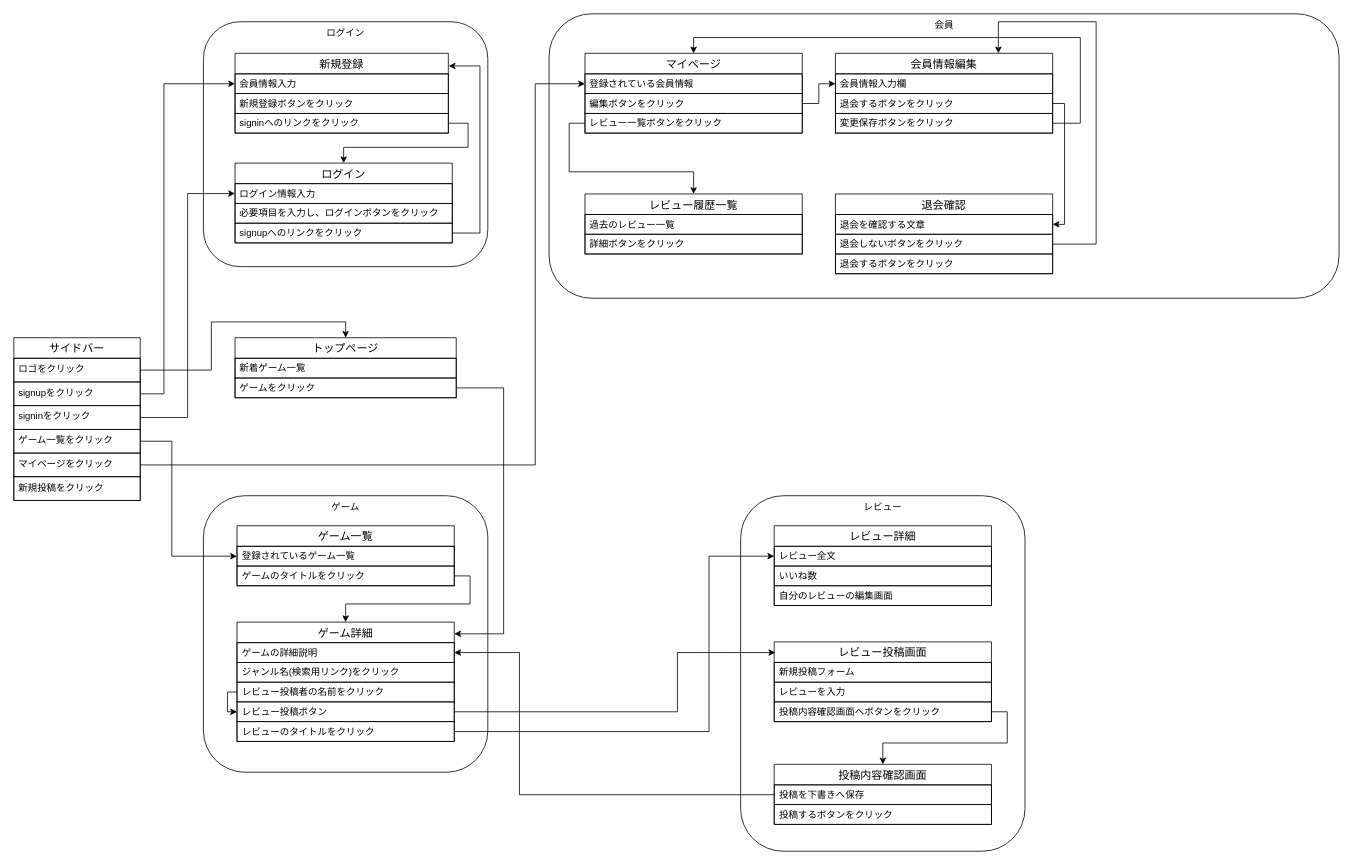
This is GRG.drawio from kuropAqn/grg, a draw.io file, before an edit. Source tidied: cells renumbered, new cells numbered last; positions are measured from the earlier drawing's top-left corner, leaving out a move shared by most shapes. Both pictures are drawn from the tidied source at 79%, with x=0, y=0 at pixel (13, 13).
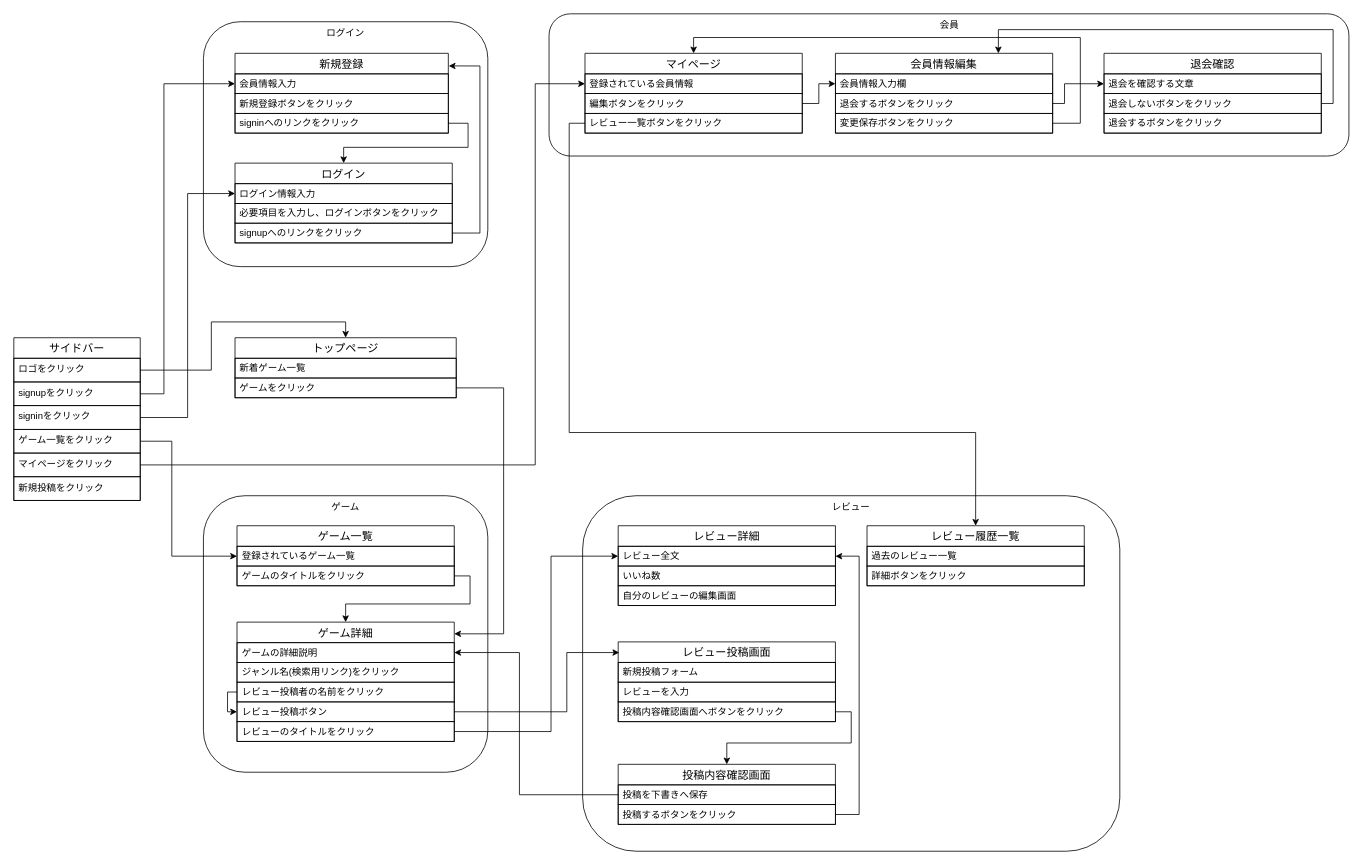
Above is the later version.

Commit message:
GRG.drawio を更新します

The change refers to these unchanged cells:
```xml
<mxCell id="36" value="レビュー投稿ボタン" style="text;strokeColor=default;fillColor=none;spacingLeft=4;spacingRight=4;overflow=hidden;points=[[0,0.5],[1,0.5]];portConstraint=eastwest;fontSize=12;whiteSpace=wrap;html=1;verticalAlign=middle;align=left;" parent="31" vertex="1">
  <mxGeometry y="101" width="275" height="25" as="geometry" />
</mxCell>
<mxCell id="37" value="レビューのタイトルをクリック" style="text;strokeColor=default;fillColor=none;spacingLeft=4;spacingRight=4;overflow=hidden;points=[[0,0.5],[1,0.5]];portConstraint=eastwest;fontSize=12;whiteSpace=wrap;html=1;verticalAlign=middle;align=left;" parent="31" vertex="1">
  <mxGeometry y="126" width="275" height="25" as="geometry" />
</mxCell>
<mxCell id="41" value="投稿するボタンをクリック" style="text;strokeColor=default;fillColor=none;spacingLeft=4;spacingRight=4;overflow=hidden;points=[[0,0.5],[1,0.5]];portConstraint=eastwest;fontSize=12;whiteSpace=wrap;html=1;verticalAlign=middle;align=left;" parent="39" vertex="1">
  <mxGeometry y="51" width="275" height="25" as="geometry" />
</mxCell>
<mxCell id="46" value="レビュー全文" style="text;strokeColor=default;fillColor=none;spacingLeft=4;spacingRight=4;overflow=hidden;points=[[0,0.5],[1,0.5]];portConstraint=eastwest;fontSize=12;whiteSpace=wrap;html=1;verticalAlign=middle;align=left;" parent="45" vertex="1">
  <mxGeometry y="26" width="275" height="25" as="geometry" />
</mxCell>
<mxCell id="51" value="マイページ" style="swimlane;fontStyle=0;horizontal=1;startSize=26;align=center;fontSize=14;" parent="1" vertex="1">
  <mxGeometry x="723" y="50" width="275" height="101" as="geometry" />
</mxCell>
<mxCell id="54" value="レビュー一覧ボタンをクリック" style="text;strokeColor=default;fillColor=none;spacingLeft=4;spacingRight=4;overflow=hidden;points=[[0,0.5],[1,0.5]];portConstraint=eastwest;fontSize=12;whiteSpace=wrap;html=1;verticalAlign=middle;align=left;" parent="51" vertex="1">
  <mxGeometry y="76" width="275" height="25" as="geometry" />
</mxCell>
<mxCell id="55" value="会員情報編集" style="swimlane;fontStyle=0;horizontal=1;startSize=26;align=center;fontSize=14;" parent="1" vertex="1">
  <mxGeometry x="1040" y="50" width="275" height="101" as="geometry" />
</mxCell>
<mxCell id="57" value="退会するボタンをクリック" style="text;strokeColor=default;fillColor=none;spacingLeft=4;spacingRight=4;overflow=hidden;points=[[0,0.5],[1,0.5]];portConstraint=eastwest;fontSize=12;whiteSpace=wrap;html=1;verticalAlign=middle;align=left;" parent="55" vertex="1">
  <mxGeometry y="51" width="275" height="25" as="geometry" />
</mxCell>
<mxCell id="58" value="変更保存ボタンをクリック" style="text;strokeColor=default;fillColor=none;spacingLeft=4;spacingRight=4;overflow=hidden;points=[[0,0.5],[1,0.5]];portConstraint=eastwest;fontSize=12;whiteSpace=wrap;html=1;verticalAlign=middle;align=left;" parent="55" vertex="1">
  <mxGeometry y="76" width="275" height="25" as="geometry" />
</mxCell>
<mxCell id="72" value="退会を確認する文章" style="text;strokeColor=default;fillColor=none;spacingLeft=4;spacingRight=4;overflow=hidden;points=[[0,0.5],[1,0.5]];portConstraint=eastwest;fontSize=12;whiteSpace=wrap;html=1;verticalAlign=middle;align=left;" parent="71" vertex="1">
  <mxGeometry y="26" width="275" height="25" as="geometry" />
</mxCell>
<mxCell id="73" value="退会しないボタンをクリック" style="text;strokeColor=default;fillColor=none;spacingLeft=4;spacingRight=4;overflow=hidden;points=[[0,0.5],[1,0.5]];portConstraint=eastwest;fontSize=12;whiteSpace=wrap;html=1;verticalAlign=middle;align=left;" parent="71" vertex="1">
  <mxGeometry y="51" width="275" height="25" as="geometry" />
</mxCell>
```

Change to the diagram source:
```diff
@@
     <mxCell id="22" value="レビュー" style="rounded=1;whiteSpace=wrap;html=1;verticalAlign=top;" parent="1" vertex="1">
-      <mxGeometry x="920" y="610" width="360" height="450" as="geometry" />
+      <mxGeometry x="720" y="610" width="680" height="450" as="geometry" />
     </mxCell>
     <mxCell id="23" value="レビュー投稿画面" style="swimlane;fontStyle=0;horizontal=1;startSize=26;align=center;fontSize=14;" parent="1" vertex="1">
-      <mxGeometry x="962.5" y="795" width="275" height="101" as="geometry" />
+      <mxGeometry x="765" y="795" width="275" height="101" as="geometry" />
     </mxCell>
@@
     <mxCell id="39" value="投稿内容確認画面" style="swimlane;fontStyle=0;horizontal=1;startSize=26;align=center;fontSize=14;" parent="1" vertex="1">
-      <mxGeometry x="962.5" y="950" width="275" height="76" as="geometry" />
+      <mxGeometry x="765" y="950" width="275" height="76" as="geometry" />
     </mxCell>
@@
     <mxCell id="45" value="レビュー詳細" style="swimlane;fontStyle=0;horizontal=1;startSize=26;align=center;fontSize=14;" parent="1" vertex="1">
-      <mxGeometry x="962.5" y="648" width="275" height="101" as="geometry" />
+      <mxGeometry x="765" y="648" width="275" height="101" as="geometry" />
     </mxCell>
@@
     <mxCell id="50" value="会員" style="rounded=1;whiteSpace=wrap;html=1;verticalAlign=top;" parent="1" vertex="1">
-      <mxGeometry x="677.5" width="1000" height="360" as="geometry" />
+      <mxGeometry x="677.5" width="1012.5" height="180" as="geometry" />
     </mxCell>
@@
     <mxCell id="59" value="レビュー履歴一覧" style="swimlane;fontStyle=0;horizontal=1;startSize=26;align=center;fontSize=14;" parent="1" vertex="1">
-      <mxGeometry x="723" y="228" width="275" height="76" as="geometry" />
+      <mxGeometry x="1080" y="648" width="275" height="76" as="geometry" />
     </mxCell>
@@
     <mxCell id="67" style="edgeStyle=orthogonalEdgeStyle;rounded=0;jettySize=auto;html=1;exitX=1;exitY=0.5;exitDx=0;exitDy=0;entryX=0.005;entryY=0.134;entryDx=0;entryDy=0;entryPerimeter=0;" parent="1" edge="1" source="36" target="23">
       <mxGeometry relative="1" as="geometry">
         <Array as="points">
-          <mxPoint x="840" y="884" />
-          <mxPoint x="840" y="809" />
+          <mxPoint x="700" y="884" />
+          <mxPoint x="700" y="809" />
         </Array>
       </mxGeometry>
     </mxCell>
     <mxCell id="68" style="edgeStyle=orthogonalEdgeStyle;rounded=0;jettySize=auto;html=1;exitX=1;exitY=0.5;exitDx=0;exitDy=0;entryX=0;entryY=0.5;entryDx=0;entryDy=0;" parent="1" edge="1" source="37" target="46">
       <mxGeometry relative="1" as="geometry">
         <Array as="points">
-          <mxPoint x="880" y="909" />
-          <mxPoint x="880" y="687" />
+          <mxPoint x="680" y="909" />
+          <mxPoint x="680" y="687" />
         </Array>
       </mxGeometry>
     </mxCell>
@@
     <mxCell id="71" value="退会確認" style="swimlane;fontStyle=0;horizontal=1;startSize=26;align=center;fontSize=14;" parent="1" vertex="1">
-      <mxGeometry x="1040" y="228" width="275" height="101" as="geometry" />
+      <mxGeometry x="1380" y="50" width="275" height="101" as="geometry" />
     </mxCell>
@@
     <mxCell id="75" style="edgeStyle=orthogonalEdgeStyle;rounded=0;jettySize=auto;html=1;exitX=0;exitY=0.5;exitDx=0;exitDy=0;entryX=0.5;entryY=0;entryDx=0;entryDy=0;" parent="1" edge="1" source="54" target="59">
       <mxGeometry relative="1" as="geometry">
         <Array as="points">
           <mxPoint x="703" y="139" />
-          <mxPoint x="703" y="200" />
-          <mxPoint x="861" y="200" />
+          <mxPoint x="703" y="530" />
+          <mxPoint x="1218" y="530" />
         </Array>
       </mxGeometry>
     </mxCell>
     <mxCell id="76" style="edgeStyle=orthogonalEdgeStyle;rounded=0;jettySize=auto;html=1;exitX=1;exitY=0.5;exitDx=0;exitDy=0;entryX=0.75;entryY=0;entryDx=0;entryDy=0;" parent="1" edge="1" source="73" target="55">
       <mxGeometry relative="1" as="geometry">
         <Array as="points">
-          <mxPoint x="1370" y="292" />
-          <mxPoint x="1370" y="10" />
-          <mxPoint x="1246" y="10" />
+          <mxPoint x="1670" y="114" />
+          <mxPoint x="1670" y="20" />
+          <mxPoint x="1246" y="20" />
         </Array>
       </mxGeometry>
     </mxCell>
+    <mxCell id="78" style="edgeStyle=orthogonalEdgeStyle;rounded=0;jettySize=auto;html=1;exitX=1;exitY=0.5;exitDx=0;exitDy=0;entryX=0.5;entryY=0;entryDx=0;entryDy=0;" parent="1" edge="1" source="58" target="51">
+      <mxGeometry relative="1" as="geometry">
+        <Array as="points">
+          <mxPoint x="1350" y="139" />
+          <mxPoint x="1350" y="30" />
+          <mxPoint x="861" y="30" />
+        </Array>
+      </mxGeometry>
+    </mxCell>
-    <mxCell id="77" style="edgeStyle=orthogonalEdgeStyle;rounded=0;jettySize=auto;html=1;exitX=1;exitY=0.5;exitDx=0;exitDy=0;entryX=1;entryY=0.5;entryDx=0;entryDy=0;" parent="1" edge="1" source="57" target="72">
+    <mxCell id="77" style="edgeStyle=orthogonalEdgeStyle;rounded=0;jettySize=auto;html=1;exitX=1;exitY=0.5;exitDx=0;exitDy=0;entryX=0;entryY=0.5;entryDx=0;entryDy=0;" parent="1" edge="1" source="57" target="72">
       <mxGeometry relative="1" as="geometry">
         <Array as="points">
           <mxPoint x="1330" y="114" />
-          <mxPoint x="1330" y="267" />
+          <mxPoint x="1330" y="89" />
         </Array>
       </mxGeometry>
     </mxCell>
-    <mxCell id="78" style="edgeStyle=orthogonalEdgeStyle;rounded=0;jettySize=auto;html=1;exitX=1;exitY=0.5;exitDx=0;exitDy=0;entryX=0.5;entryY=0;entryDx=0;entryDy=0;" parent="1" edge="1" source="58" target="51">
-      <mxGeometry relative="1" as="geometry">
-        <Array as="points">
-          <mxPoint x="1350" y="139" />
-          <mxPoint x="1350" y="30" />
-          <mxPoint x="861" y="30" />
-        </Array>
-      </mxGeometry>
-    </mxCell>
+    <mxCell id="79" style="edgeStyle=orthogonalEdgeStyle;rounded=0;jettySize=auto;html=1;exitX=1;exitY=0.5;exitDx=0;exitDy=0;entryX=1;entryY=0.5;entryDx=0;entryDy=0;" parent="1" edge="1" source="41" target="46">
+      <mxGeometry relative="1" as="geometry">
+        <Array as="points">
+          <mxPoint x="1070" y="1014" />
+          <mxPoint x="1070" y="687" />
+        </Array>
+      </mxGeometry>
+    </mxCell>
```
